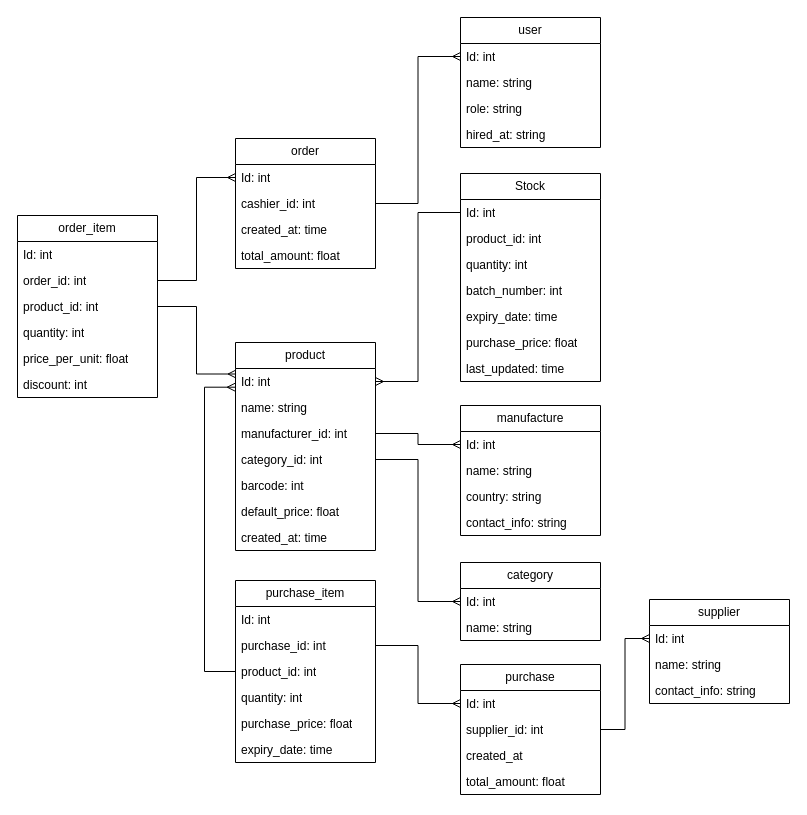
The draw.io diagram S3/ПКИС/Курсовая/Диаграммы/БД_картинка.drawio in Twinsiller/Unik, before the edit. Source tidied: cells renumbered, new cells numbered last; positions are measured from the earlier drawing's top-left corner, leaving out a move shared by most shapes. Both pictures are drawn from the tidied source at 100%, with x=0, y=0 at pixel (17, 17).
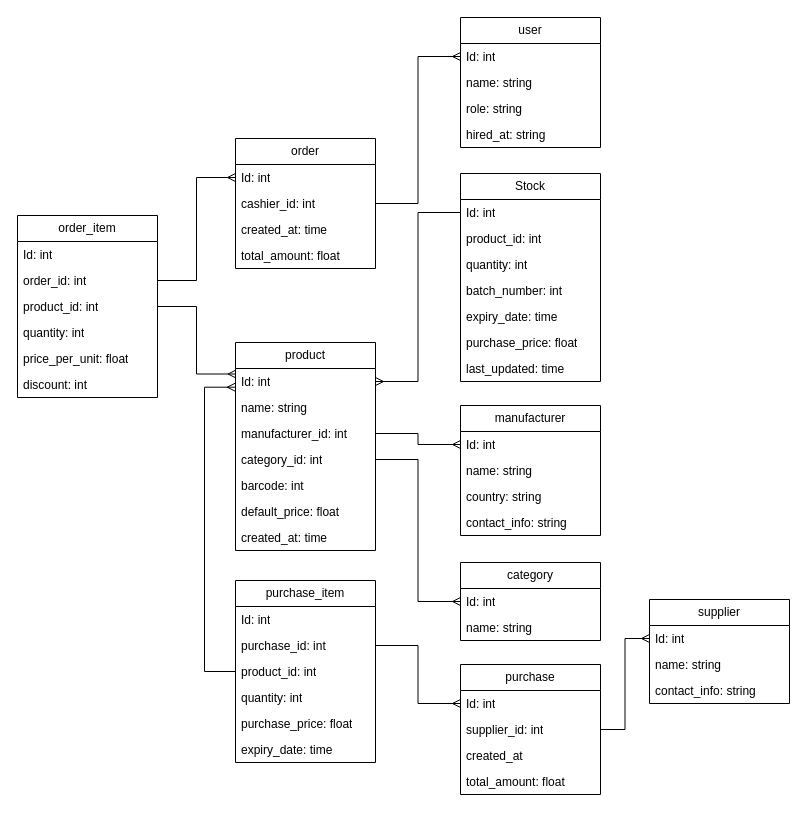
After the change.

Diff of the diagram source:
```diff
@@
-    <mxCell id="29" value="manufacture" style="swimlane;fontStyle=0;horizontal=1;startSize=26;fillColor=none;whiteSpace=wrap;html=1;" parent="1" vertex="1">
+    <mxCell id="29" value="manufacturer" style="swimlane;fontStyle=0;horizontal=1;startSize=26;fillColor=none;whiteSpace=wrap;html=1;" parent="1" vertex="1">
       <mxGeometry x="443" y="388" width="140" height="130" as="geometry" />
     </mxCell>
```
